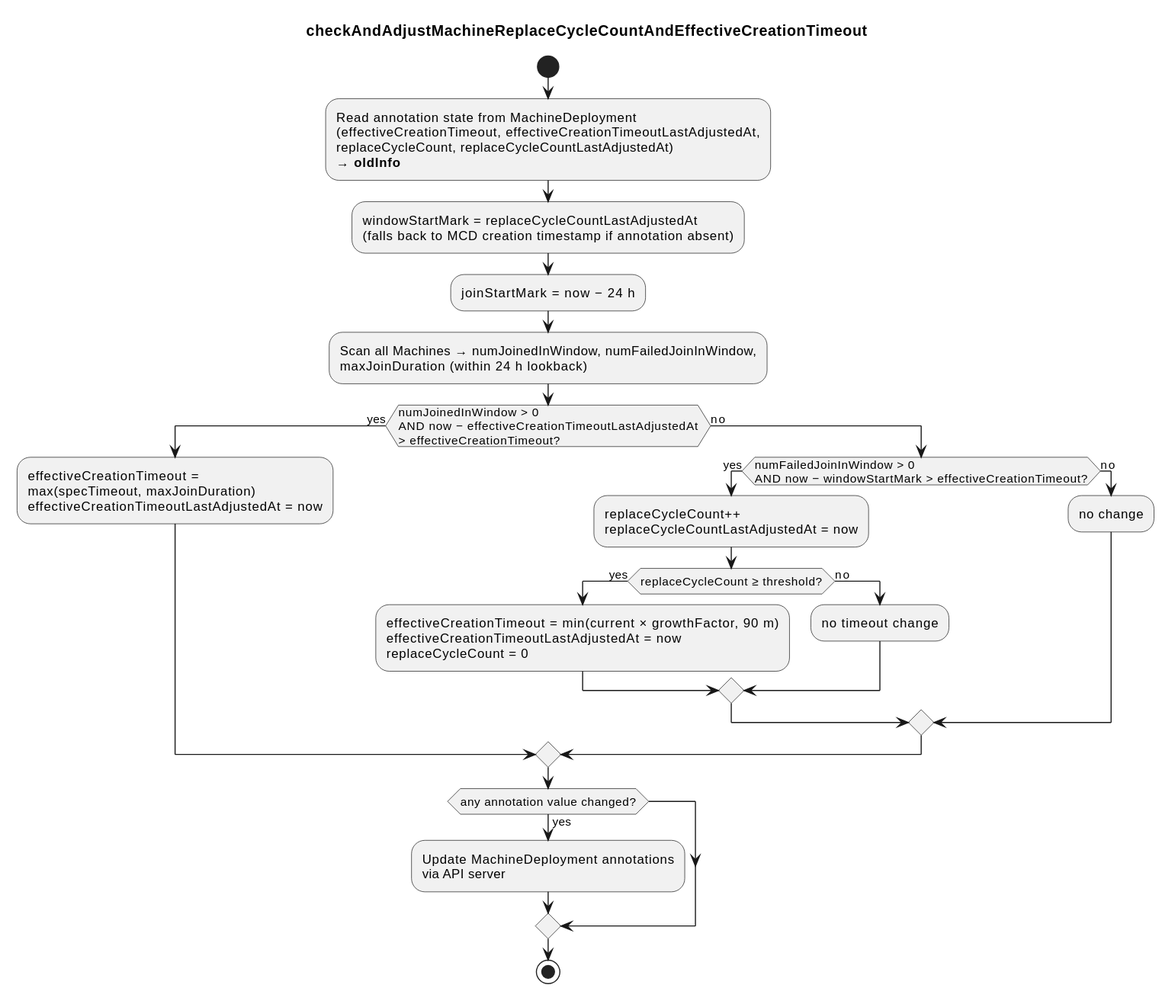
This is docs/images/adjust-effective-creation-timeout.svg from gardener/machine-controller-manager, a PlantUML export, as it was before one commit.
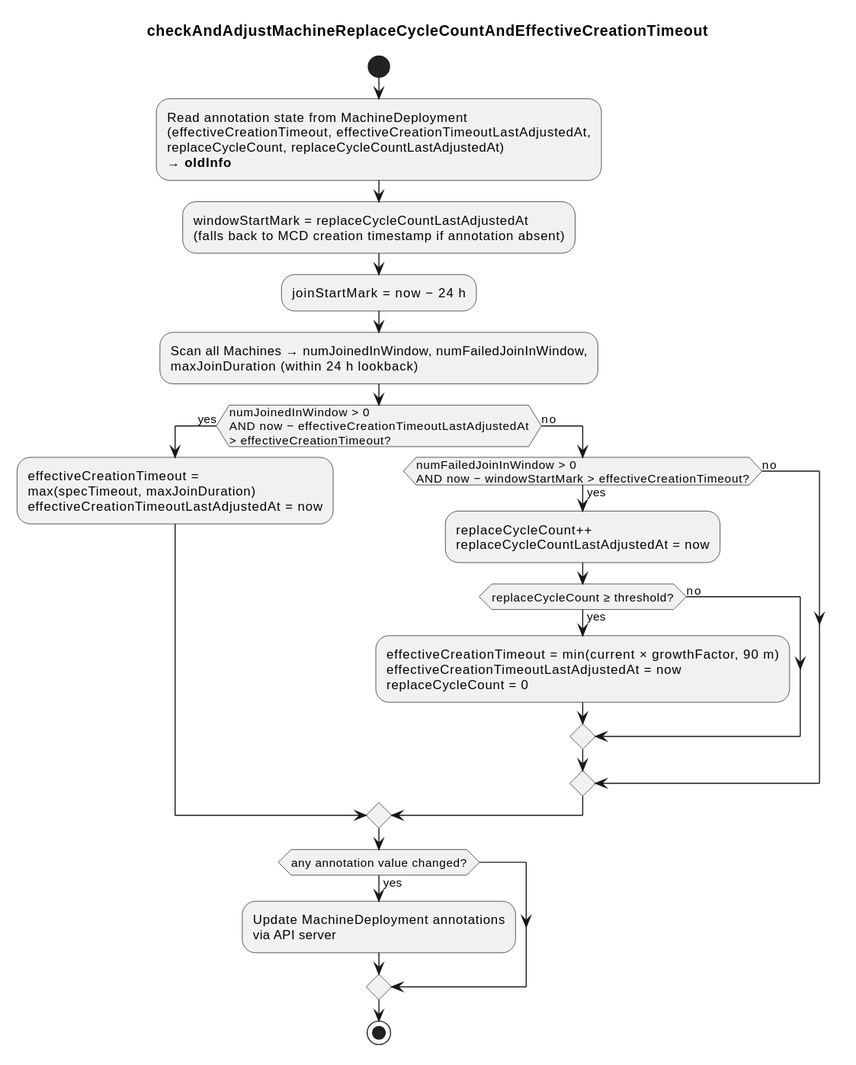
Above is the later version.

Commit message:
flow diagram: removed redundant activity junction

Diff of the diagram source:
```diff
@@ -17,10 +17,8 @@
     if (replaceCycleCount ≥ threshold?) then (yes)
       :effectiveCreationTimeout = min(current × growthFactor, 90 m)\neffectiveCreationTimeoutLastAdjustedAt = now\nreplaceCycleCount = 0;
     else (no)
-      :no timeout change;
     endif
   else (no)
-    :no change;
   endif
 endif
 
```
